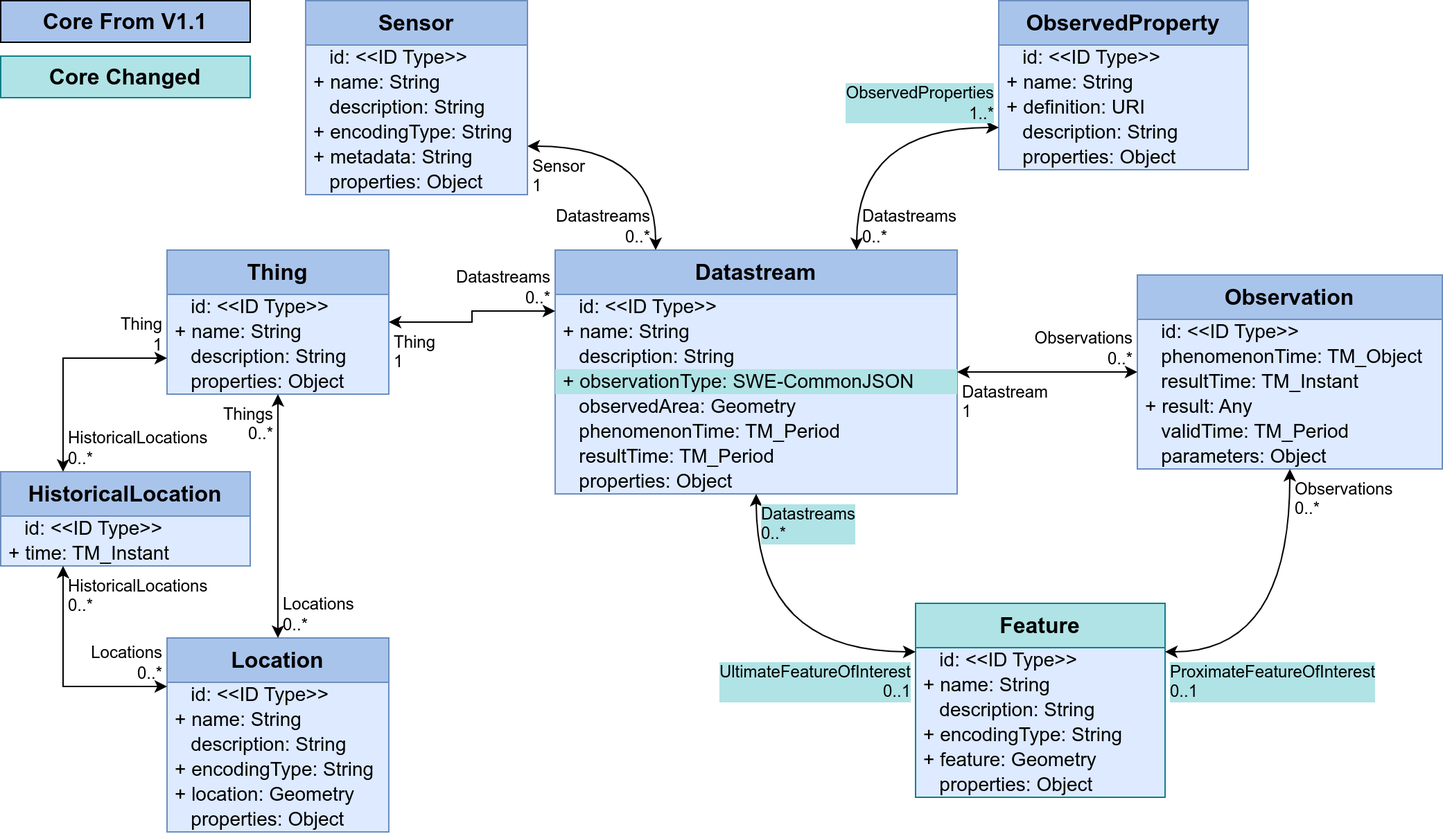
opengeospatial/sensorthings keeps this draw.io diagram as figures/Datamodel-SensorThingsApi-V2-proposal-1-minimal.drawio.png. Above is the earlier version. Source tidied: cells renumbered, new cells last; positions are measured from the earlier drawing's top-left corner, leaving out a move shared by most shapes.
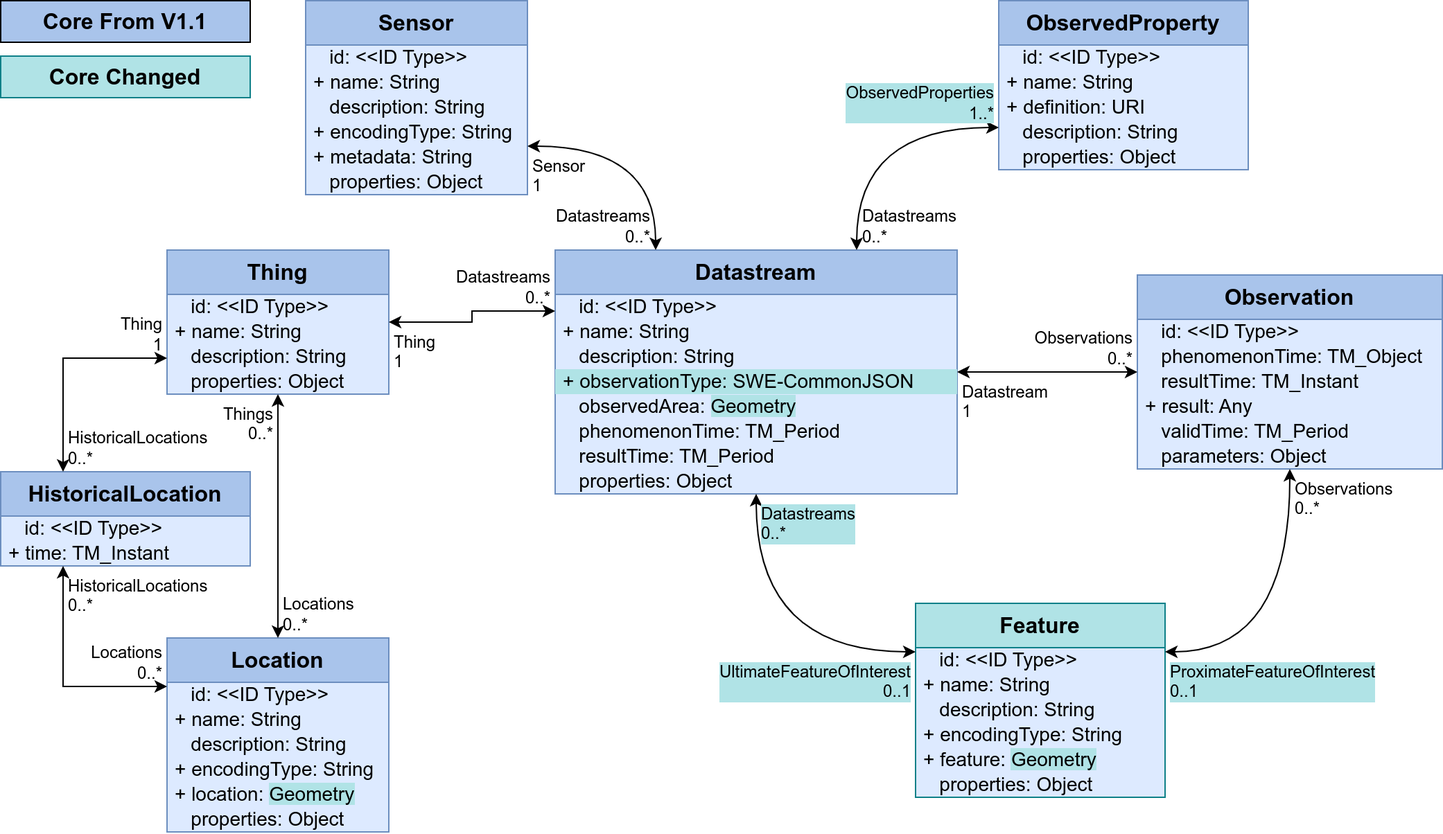
The same diagram one commit later.

The edit, as a diff of the source:
```diff
@@ -17,7 +17,7 @@
     <mxCell id="6" value="+ observationType: SWE-CommonJSON" style="text;strokeColor=none;fillColor=#b0e3e6;align=left;verticalAlign=middle;spacingLeft=4;spacingRight=4;overflow=visible;html=1;fontSize=14;" parent="2" vertex="1">
       <mxGeometry y="86" width="290" height="18" as="geometry" />
     </mxCell>
-    <mxCell id="7" value="&amp;nbsp;&amp;nbsp;&amp;nbsp;observedArea: Geometry" style="text;strokeColor=none;fillColor=none;align=left;verticalAlign=middle;spacingLeft=4;spacingRight=4;overflow=visible;html=1;fontSize=14;" parent="2" vertex="1">
+    <mxCell id="7" value="&amp;nbsp;&amp;nbsp;&amp;nbsp;observedArea: &lt;span style=&quot;background-color: rgb(176, 227, 230);&quot;&gt;Geometry&lt;/span&gt;" style="text;strokeColor=none;fillColor=none;align=left;verticalAlign=middle;spacingLeft=4;spacingRight=4;overflow=visible;html=1;fontSize=14;" parent="2" vertex="1">
       <mxGeometry y="104" width="290" height="18" as="geometry" />
     </mxCell>
     <mxCell id="8" value="&amp;nbsp;&amp;nbsp;&amp;nbsp;phenomenonTime:&amp;nbsp;TM_Period" style="text;strokeColor=none;fillColor=none;align=left;verticalAlign=middle;spacingLeft=4;spacingRight=4;overflow=visible;html=1;fontSize=14;" parent="2" vertex="1">
@@ -44,7 +44,7 @@
     <mxCell id="15" value="+ encodingType: String" style="text;strokeColor=none;fillColor=none;align=left;verticalAlign=middle;spacingLeft=4;spacingRight=4;overflow=visible;html=1;fontSize=14;" parent="11" vertex="1">
       <mxGeometry y="86" width="180" height="18" as="geometry" />
     </mxCell>
-    <mxCell id="16" value="+ feature: Geometry" style="text;strokeColor=none;fillColor=none;align=left;verticalAlign=middle;spacingLeft=4;spacingRight=4;overflow=visible;html=1;fontSize=14;" parent="11" vertex="1">
+    <mxCell id="16" value="+ feature: &lt;span style=&quot;background-color: rgb(176, 227, 230);&quot;&gt;Geometry&lt;/span&gt;" style="text;strokeColor=none;fillColor=none;align=left;verticalAlign=middle;spacingLeft=4;spacingRight=4;overflow=visible;html=1;fontSize=14;" parent="11" vertex="1">
       <mxGeometry y="104" width="180" height="18" as="geometry" />
     </mxCell>
     <mxCell id="17" value="&amp;nbsp;&amp;nbsp;&amp;nbsp;properties: Object" style="text;strokeColor=none;fillColor=none;align=left;verticalAlign=middle;spacingLeft=4;spacingRight=4;overflow=visible;html=1;fontSize=14;" parent="11" vertex="1">
@@ -83,7 +83,7 @@
     <mxCell id="28" value="+ encodingType: String" style="text;strokeColor=none;fillColor=none;align=left;verticalAlign=middle;spacingLeft=4;spacingRight=4;overflow=visible;html=1;fontSize=14;" parent="24" vertex="1">
       <mxGeometry y="86" width="160" height="18" as="geometry" />
     </mxCell>
-    <mxCell id="29" value="+ location: Geometry" style="text;strokeColor=none;fillColor=none;align=left;verticalAlign=middle;spacingLeft=4;spacingRight=4;overflow=visible;html=1;fontSize=14;" parent="24" vertex="1">
+    <mxCell id="29" value="+ location: &lt;span style=&quot;background-color: rgb(176, 227, 230);&quot;&gt;Geometry&lt;/span&gt;" style="text;strokeColor=none;fillColor=none;align=left;verticalAlign=middle;spacingLeft=4;spacingRight=4;overflow=visible;html=1;fontSize=14;" parent="24" vertex="1">
       <mxGeometry y="104" width="160" height="18" as="geometry" />
     </mxCell>
     <mxCell id="30" value="&amp;nbsp;&amp;nbsp;&amp;nbsp;properties: Object" style="text;strokeColor=none;fillColor=none;align=left;verticalAlign=middle;spacingLeft=4;spacingRight=4;overflow=visible;html=1;fontSize=14;" parent="24" vertex="1">
```
